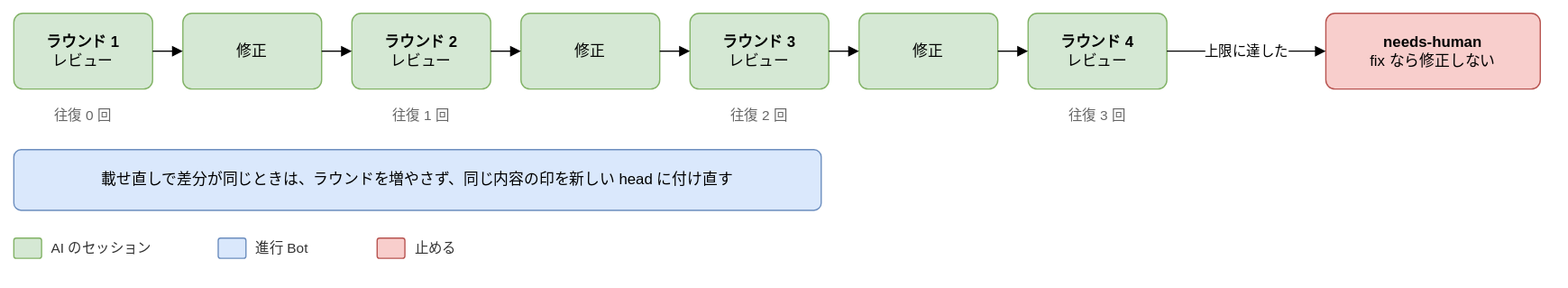
Above: docs/design/basic/diagrams/02-rounds.drawio.svg in Joymerrevent/dev-autopilot (draw.io), before the change. Source tidied: cells renumbered, new cells last; positions are measured from the earlier drawing's top-left corner, leaving out a move shared by most shapes.
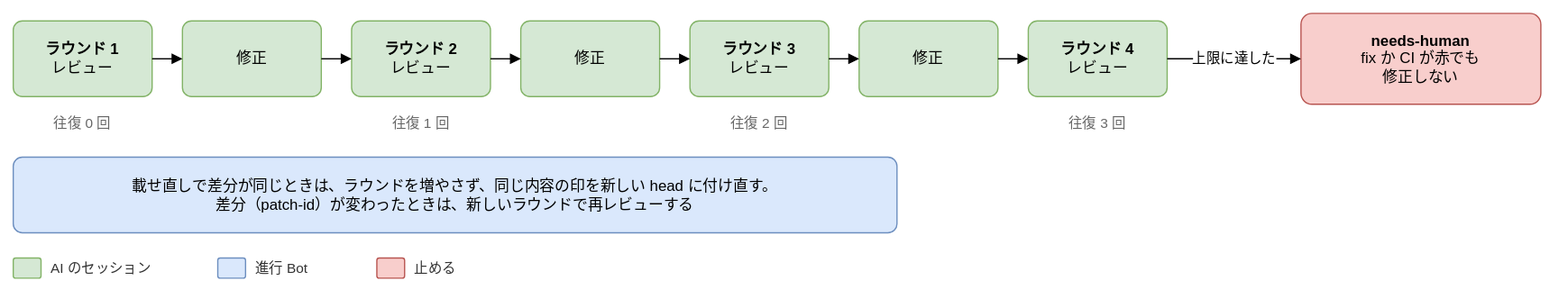
The same diagram one commit later.

The edit, as a diff of the source:
```diff
@@ -53,32 +53,32 @@
     <mxCell id="18" value="往復 3 回" style="text;html=1;whiteSpace=wrap;align=left;verticalAlign=top;fontSize=11;fontColor=#666666;align=center;" parent="1" vertex="1">
       <mxGeometry x="804" y="68" width="110" height="20" as="geometry" />
     </mxCell>
-    <mxCell id="19" value="&lt;b&gt;needs-human&lt;/b&gt;&lt;br&gt;fix なら修正しない" style="rounded=1;whiteSpace=wrap;html=1;fontSize=12;arcSize=12;spacing=12;fillColor=#f8cecc;strokeColor=#b85450;" parent="1" vertex="1">
-      <mxGeometry x="1040" width="170" height="60" as="geometry" />
+    <mxCell id="19" value="&lt;b&gt;needs-human&lt;/b&gt;&lt;br&gt;fix か CI が赤でも&lt;br&gt;修正しない" style="rounded=1;whiteSpace=wrap;html=1;fontSize=12;arcSize=12;spacing=12;fillColor=#f8cecc;strokeColor=#b85450;" parent="1" vertex="1">
+      <mxGeometry x="1020" y="-6" width="190" height="72" as="geometry" />
     </mxCell>
     <mxCell id="20" value="上限に達した" style="edgeStyle=orthogonalEdgeStyle;rounded=1;html=1;endArrow=block;endFill=1;fontSize=11;labelBackgroundColor=#ffffff;exitX=1;exitY=0.5;exitDx=0;exitDy=0;entryX=0;entryY=0.5;entryDx=0;entryDy=0;" parent="1" edge="1" source="16" target="19">
       <mxGeometry relative="1" as="geometry" />
     </mxCell>
-    <mxCell id="21" value="載せ直しで差分が同じときは、ラウンドを増やさず、同じ内容の印を新しい head に付け直す" style="rounded=1;whiteSpace=wrap;html=1;fontSize=12;arcSize=12;spacing=12;fillColor=#dae8fc;strokeColor=#6c8ebf;" parent="1" vertex="1">
-      <mxGeometry y="108" width="640" height="48" as="geometry" />
+    <mxCell id="21" value="載せ直しで差分が同じときは、ラウンドを増やさず、同じ内容の印を新しい head に付け直す。&lt;br&gt;差分（patch-id）が変わったときは、新しいラウンドで再レビューする" style="rounded=1;whiteSpace=wrap;html=1;fontSize=12;arcSize=12;spacing=12;fillColor=#dae8fc;strokeColor=#6c8ebf;" parent="1" vertex="1">
+      <mxGeometry y="108" width="700" height="60" as="geometry" />
     </mxCell>
     <mxCell id="22" style="rounded=1;whiteSpace=wrap;html=1;fontSize=12;arcSize=12;spacing=12;fillColor=#d5e8d4;strokeColor=#82b366;" parent="1" vertex="1">
-      <mxGeometry y="178" width="22" height="16" as="geometry" />
+      <mxGeometry y="188" width="22" height="16" as="geometry" />
     </mxCell>
     <mxCell id="23" value="AI のセッション" style="text;html=1;align=left;verticalAlign=middle;fontSize=11;fontColor=#333333;" parent="1" vertex="1">
-      <mxGeometry x="28" y="176" width="118" height="20" as="geometry" />
+      <mxGeometry x="28" y="186" width="118" height="20" as="geometry" />
     </mxCell>
     <mxCell id="24" style="rounded=1;whiteSpace=wrap;html=1;fontSize=12;arcSize=12;spacing=12;fillColor=#dae8fc;strokeColor=#6c8ebf;" parent="1" vertex="1">
-      <mxGeometry x="162" y="178" width="22" height="16" as="geometry" />
+      <mxGeometry x="162" y="188" width="22" height="16" as="geometry" />
     </mxCell>
     <mxCell id="25" value="進行 Bot" style="text;html=1;align=left;verticalAlign=middle;fontSize=11;fontColor=#333333;" parent="1" vertex="1">
-      <mxGeometry x="190" y="176" width="82" height="20" as="geometry" />
+      <mxGeometry x="190" y="186" width="82" height="20" as="geometry" />
     </mxCell>
     <mxCell id="26" style="rounded=1;whiteSpace=wrap;html=1;fontSize=12;arcSize=12;spacing=12;fillColor=#f8cecc;strokeColor=#b85450;" parent="1" vertex="1">
-      <mxGeometry x="288" y="178" width="22" height="16" as="geometry" />
+      <mxGeometry x="288" y="188" width="22" height="16" as="geometry" />
     </mxCell>
     <mxCell id="27" value="止める" style="text;html=1;align=left;verticalAlign=middle;fontSize=11;fontColor=#333333;" parent="1" vertex="1">
-      <mxGeometry x="316" y="176" width="46" height="20" as="geometry" />
+      <mxGeometry x="316" y="186" width="46" height="20" as="geometry" />
     </mxCell>
   </root>
 </mxGraphModel>
```
